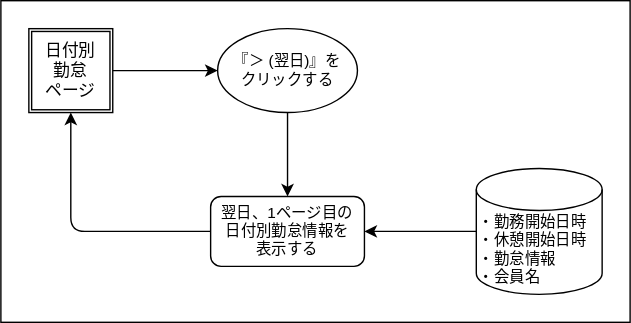
Above: doc/画面遷移図/日付別勤怠ページ/翌日.drawio.svg in ryamao/atte (draw.io), before the change. Source tidied: cells renumbered, new cells last; positions are measured from the earlier drawing's top-left corner, leaving out a move shared by most shapes.
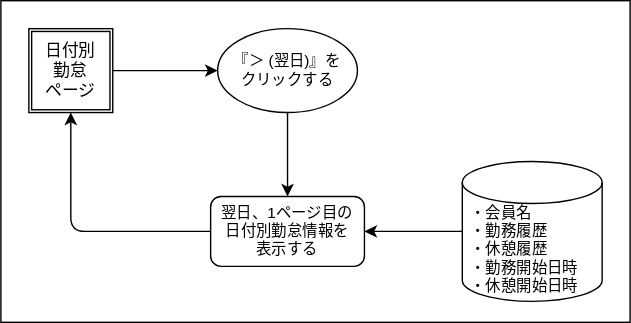
Above is the later version.

Change to the diagram source:
```diff
@@ -8,12 +8,6 @@
     <mxCell id="3" style="edgeStyle=none;html=1;exitX=1;exitY=0.5;exitDx=0;exitDy=0;entryX=0;entryY=0.5;entryDx=0;entryDy=0;" parent="1" edge="1" source="10" target="9">
       <mxGeometry relative="1" as="geometry" />
     </mxCell>
-    <mxCell id="4" style="edgeStyle=orthogonalEdgeStyle;html=1;exitX=0;exitY=0.5;exitDx=0;exitDy=0;exitPerimeter=0;entryX=1;entryY=0.5;entryDx=0;entryDy=0;" parent="1" edge="1" source="5" target="7">
-      <mxGeometry relative="1" as="geometry" />
-    </mxCell>
-    <mxCell id="5" value="・勤務開始日時&lt;br style=&quot;font-size: 11px;&quot;&gt;・休憩開始日時&lt;br style=&quot;font-size: 11px;&quot;&gt;・勤怠情報&lt;br style=&quot;font-size: 11px;&quot;&gt;・会員名" style="shape=cylinder3;html=1;boundedLbl=1;backgroundOutline=1;size=15;align=left;fontSize=11;" parent="1" vertex="1">
-      <mxGeometry x="340" y="120" width="90" height="90" as="geometry" />
-    </mxCell>
     <mxCell id="6" style="edgeStyle=orthogonalEdgeStyle;html=1;exitX=0;exitY=0.5;exitDx=0;exitDy=0;entryX=0.5;entryY=1;entryDx=0;entryDy=0;" parent="1" edge="1" source="7" target="10">
       <mxGeometry relative="1" as="geometry" />
     </mxCell>
@@ -29,5 +23,11 @@
     <mxCell id="10" value="日付別&lt;br&gt;勤怠&lt;br&gt;ページ" style="shape=ext;double=1;whiteSpace=wrap;html=1;" parent="1" vertex="1">
       <mxGeometry x="20" y="20" width="60" height="60" as="geometry" />
     </mxCell>
+    <mxCell id="11" style="edgeStyle=none;html=1;" parent="1" edge="1" source="12" target="7">
+      <mxGeometry relative="1" as="geometry" />
+    </mxCell>
+    <mxCell id="12" value="・会員名&lt;br&gt;・勤務履歴&lt;br&gt;・休憩履歴&lt;br&gt;・勤務開始日時&lt;br style=&quot;font-size: 11px;&quot;&gt;・休憩開始日時" style="shape=cylinder3;html=1;boundedLbl=1;backgroundOutline=1;size=15;align=left;fontSize=11;spacingLeft=4;" parent="1" vertex="1">
+      <mxGeometry x="330" y="115" width="100" height="100" as="geometry" />
+    </mxCell>
   </root>
 </mxGraphModel>
```
